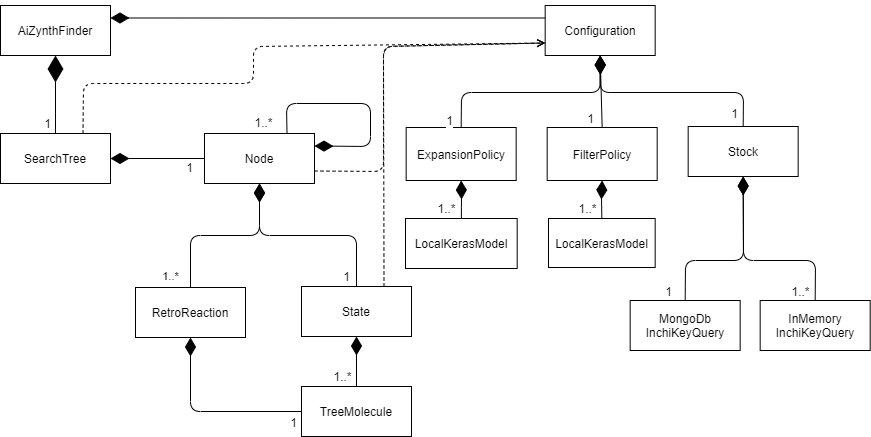
This is docs/treesearch-rel.png from MolecularAI/aizynthfinder, a draw.io export, as it was before one commit. Source tidied: cells renumbered, new cells last; positions are measured from the earlier drawing's top-left corner, leaving out a move shared by most shapes. Its diagram source:
```xml
<mxGraphModel>
  <root>
    <mxCell id="0" />
    <mxCell id="1" parent="0" />
    <mxCell id="2" value="AiZynthFinder" style="rounded=0;whiteSpace=wrap;html=1;" parent="1" vertex="1">
      <mxGeometry width="110" height="50" as="geometry" />
    </mxCell>
    <mxCell id="3" value="SearchTree" style="rounded=0;whiteSpace=wrap;html=1;" parent="1" vertex="1">
      <mxGeometry y="128" width="110" height="50" as="geometry" />
    </mxCell>
    <mxCell id="4" value="Node" style="rounded=0;whiteSpace=wrap;html=1;" parent="1" vertex="1">
      <mxGeometry x="204" y="128" width="110" height="50" as="geometry" />
    </mxCell>
    <mxCell id="5" value="State" style="rounded=0;whiteSpace=wrap;html=1;" parent="1" vertex="1">
      <mxGeometry x="301" y="281" width="110" height="50" as="geometry" />
    </mxCell>
    <mxCell id="6" value="RetroReaction" style="rounded=0;whiteSpace=wrap;html=1;gradientColor=#ffffff;" parent="1" vertex="1">
      <mxGeometry x="135" y="282" width="110" height="50" as="geometry" />
    </mxCell>
    <mxCell id="7" value="TreeMolecule" style="rounded=0;whiteSpace=wrap;html=1;" parent="1" vertex="1">
      <mxGeometry x="301" y="381" width="110" height="50" as="geometry" />
    </mxCell>
    <mxCell id="8" style="endArrow=diamondThin;endFill=1;endSize=24;html=1;entryX=0.5;entryY=1;entryDx=0;entryDy=0;" parent="1" edge="1" source="3" target="2">
      <mxGeometry relative="1" as="geometry" />
    </mxCell>
    <mxCell id="9" value="1" style="text;html=1;align=center;verticalAlign=middle;labelBackgroundColor=#ffffff;" parent="8" vertex="1">
      <mxGeometry x="-0.75" y="4" relative="1" as="geometry">
        <mxPoint x="-4" y="-1" as="offset" />
      </mxGeometry>
    </mxCell>
    <mxCell id="10" style="endArrow=diamondThin;endFill=1;endSize=16;html=1;entryX=1;entryY=0.5;entryDx=0;entryDy=0;" parent="1" edge="1" source="4" target="3">
      <mxGeometry relative="1" as="geometry" />
    </mxCell>
    <mxCell id="11" value="1" style="text;html=1;align=center;verticalAlign=middle;labelBackgroundColor=#ffffff;" parent="10" vertex="1">
      <mxGeometry x="-0.66" y="-2" relative="1" as="geometry">
        <mxPoint x="1" y="10" as="offset" />
      </mxGeometry>
    </mxCell>
    <mxCell id="12" value="1..*" style="endArrow=diamondThin;endFill=1;endSize=16;html=1;entryX=0.5;entryY=1;entryDx=0;entryDy=0;exitX=0.5;exitY=0;exitDx=0;exitDy=0;" parent="1" edge="1" source="6" target="4">
      <mxGeometry x="-0.88" y="20" relative="1" as="geometry">
        <Array as="points">
          <mxPoint x="190" y="230" />
          <mxPoint x="259" y="230" />
        </Array>
      </mxGeometry>
    </mxCell>
    <mxCell id="13" style="endArrow=diamondThin;endFill=1;endSize=16;html=1;entryX=0.5;entryY=1;entryDx=0;entryDy=0;exitX=0.5;exitY=0;exitDx=0;exitDy=0;" parent="1" edge="1" source="5" target="4">
      <mxGeometry relative="1" as="geometry">
        <Array as="points">
          <mxPoint x="356" y="230" />
          <mxPoint x="259" y="230" />
        </Array>
      </mxGeometry>
    </mxCell>
    <mxCell id="14" value="1" style="text;html=1;align=center;verticalAlign=middle;labelBackgroundColor=#ffffff;" parent="13" vertex="1">
      <mxGeometry x="-0.89" relative="1" as="geometry">
        <mxPoint x="-10" as="offset" />
      </mxGeometry>
    </mxCell>
    <mxCell id="15" style="endArrow=diamondThin;endFill=1;endSize=16;html=1;entryX=1;entryY=0.25;entryDx=0;entryDy=0;exitX=0.75;exitY=0;exitDx=0;exitDy=0;" parent="1" edge="1" source="4" target="4">
      <mxGeometry relative="1" as="geometry">
        <Array as="points">
          <mxPoint x="286" y="98" />
          <mxPoint x="370" y="98" />
          <mxPoint x="370" y="141" />
        </Array>
      </mxGeometry>
    </mxCell>
    <mxCell id="16" value="1..*" style="text;html=1;align=center;verticalAlign=middle;labelBackgroundColor=#ffffff;" parent="15" vertex="1">
      <mxGeometry x="-0.47" y="2" relative="1" as="geometry">
        <mxPoint x="-50" y="20" as="offset" />
      </mxGeometry>
    </mxCell>
    <mxCell id="17" style="endArrow=diamondThin;endFill=1;endSize=16;html=1;entryX=0.5;entryY=1;entryDx=0;entryDy=0;exitX=0.5;exitY=0;exitDx=0;exitDy=0;" parent="1" edge="1" source="7" target="5">
      <mxGeometry relative="1" as="geometry" />
    </mxCell>
    <mxCell id="18" value="1..*" style="text;html=1;align=center;verticalAlign=middle;labelBackgroundColor=#ffffff;" parent="17" vertex="1">
      <mxGeometry x="-0.55" relative="1" as="geometry">
        <mxPoint x="-14" as="offset" />
      </mxGeometry>
    </mxCell>
    <mxCell id="19" style="endArrow=diamondThin;endFill=1;endSize=16;html=1;entryX=0.5;entryY=1;entryDx=0;entryDy=0;exitX=0;exitY=0.5;exitDx=0;exitDy=0;" parent="1" edge="1" source="7" target="6">
      <mxGeometry relative="1" as="geometry">
        <Array as="points">
          <mxPoint x="190" y="406" />
        </Array>
      </mxGeometry>
    </mxCell>
    <mxCell id="20" value="1" style="text;html=1;align=center;verticalAlign=middle;labelBackgroundColor=#ffffff;" parent="19" vertex="1">
      <mxGeometry x="-0.81" y="1" relative="1" as="geometry">
        <mxPoint x="10" y="9" as="offset" />
      </mxGeometry>
    </mxCell>
    <mxCell id="21" value="Configuration" style="rounded=0;whiteSpace=wrap;html=1;" parent="1" vertex="1">
      <mxGeometry x="544.7" width="110" height="50" as="geometry" />
    </mxCell>
    <mxCell id="22" style="endArrow=open;html=1;dashed=1;endFill=0;exitX=1;exitY=0.75;exitDx=0;exitDy=0;entryX=0;entryY=0.75;entryDx=0;entryDy=0;" parent="1" edge="1" source="4" target="21">
      <mxGeometry relative="1" as="geometry">
        <Array as="points">
          <mxPoint x="383" y="166" />
          <mxPoint x="383" y="41" />
        </Array>
      </mxGeometry>
    </mxCell>
    <mxCell id="23" style="endArrow=open;html=1;dashed=1;endFill=0;exitX=0.75;exitY=0;exitDx=0;exitDy=0;entryX=0;entryY=0.75;entryDx=0;entryDy=0;" parent="1" edge="1" source="5" target="21">
      <mxGeometry relative="1" as="geometry">
        <Array as="points">
          <mxPoint x="383" y="41" />
        </Array>
      </mxGeometry>
    </mxCell>
    <mxCell id="24" value="Stock" style="rounded=0;whiteSpace=wrap;html=1;" parent="1" vertex="1">
      <mxGeometry x="687.7" y="121" width="110" height="50" as="geometry" />
    </mxCell>
    <mxCell id="25" value="ExpansionPolicy" style="rounded=0;whiteSpace=wrap;html=1;" parent="1" vertex="1">
      <mxGeometry x="405.7" y="122" width="110" height="53" as="geometry" />
    </mxCell>
    <mxCell id="26" style="endArrow=diamondThin;endFill=1;endSize=16;html=1;entryX=0.5;entryY=1;entryDx=0;entryDy=0;exitX=0.5;exitY=0;exitDx=0;exitDy=0;" parent="1" edge="1" source="25" target="21">
      <mxGeometry relative="1" as="geometry">
        <Array as="points">
          <mxPoint x="461" y="87" />
          <mxPoint x="599.7" y="87" />
        </Array>
      </mxGeometry>
    </mxCell>
    <mxCell id="27" value="1" style="text;html=1;align=center;verticalAlign=middle;labelBackgroundColor=#ffffff;" parent="26" vertex="1">
      <mxGeometry x="-0.81" y="1" relative="1" as="geometry">
        <mxPoint x="-11" y="13" as="offset" />
      </mxGeometry>
    </mxCell>
    <mxCell id="28" style="endArrow=diamondThin;endFill=1;endSize=16;html=1;entryX=0.5;entryY=1;entryDx=0;entryDy=0;exitX=0.5;exitY=0;exitDx=0;exitDy=0;" parent="1" edge="1" source="24" target="21">
      <mxGeometry relative="1" as="geometry">
        <Array as="points">
          <mxPoint x="743" y="87" />
          <mxPoint x="599.7" y="87" />
        </Array>
      </mxGeometry>
    </mxCell>
    <mxCell id="29" value="1" style="text;html=1;align=center;verticalAlign=middle;labelBackgroundColor=#ffffff;" parent="28" vertex="1">
      <mxGeometry x="-0.81" y="1" relative="1" as="geometry">
        <mxPoint x="-8" y="7" as="offset" />
      </mxGeometry>
    </mxCell>
    <mxCell id="30" style="endArrow=diamondThin;endFill=1;endSize=16;html=1;entryX=1;entryY=0.25;entryDx=0;entryDy=0;exitX=0;exitY=0.25;exitDx=0;exitDy=0;" parent="1" edge="1" source="21" target="2">
      <mxGeometry relative="1" as="geometry" />
    </mxCell>
    <mxCell id="31" style="endArrow=open;html=1;dashed=1;endFill=0;exitX=0.75;exitY=0;exitDx=0;exitDy=0;entryX=0;entryY=0.75;entryDx=0;entryDy=0;" parent="1" edge="1" source="3" target="21">
      <mxGeometry relative="1" as="geometry">
        <Array as="points">
          <mxPoint x="83" y="78" />
          <mxPoint x="253" y="78" />
          <mxPoint x="253" y="41" />
        </Array>
      </mxGeometry>
    </mxCell>
    <mxCell id="32" value="InMemory&lt;br&gt;InchiKeyQuery" style="rounded=0;whiteSpace=wrap;html=1;" parent="1" vertex="1">
      <mxGeometry x="759.7" y="295" width="110" height="50" as="geometry" />
    </mxCell>
    <mxCell id="33" style="endArrow=diamondThin;endFill=1;endSize=16;html=1;entryX=0.5;entryY=1;entryDx=0;entryDy=0;exitX=0.5;exitY=0;exitDx=0;exitDy=0;fontStyle=1;" parent="1" edge="1" source="35" target="24">
      <mxGeometry relative="1" as="geometry">
        <Array as="points">
          <mxPoint x="685" y="255" />
          <mxPoint x="743" y="255" />
        </Array>
      </mxGeometry>
    </mxCell>
    <mxCell id="34" value="1" style="text;html=1;align=center;verticalAlign=middle;labelBackgroundColor=#ffffff;" parent="33" vertex="1">
      <mxGeometry x="-0.81" y="1" relative="1" as="geometry">
        <mxPoint x="-16.1" y="7" as="offset" />
      </mxGeometry>
    </mxCell>
    <mxCell id="35" value="MongoDb&lt;br&gt;InchiKeyQuery" style="rounded=0;whiteSpace=wrap;html=1;" parent="1" vertex="1">
      <mxGeometry x="629.7" y="295" width="110" height="50" as="geometry" />
    </mxCell>
    <mxCell id="36" style="endArrow=diamondThin;endFill=1;endSize=16;html=1;entryX=0.5;entryY=1;entryDx=0;entryDy=0;exitX=0.5;exitY=0;exitDx=0;exitDy=0;fontStyle=1;" parent="1" edge="1" source="32" target="24">
      <mxGeometry relative="1" as="geometry">
        <Array as="points">
          <mxPoint x="815" y="255" />
          <mxPoint x="743" y="255" />
        </Array>
      </mxGeometry>
    </mxCell>
    <mxCell id="37" value="1..*" style="text;html=1;align=center;verticalAlign=middle;labelBackgroundColor=#ffffff;" parent="36" vertex="1">
      <mxGeometry x="-0.81" y="1" relative="1" as="geometry">
        <mxPoint x="-13.8" y="9" as="offset" />
      </mxGeometry>
    </mxCell>
    <mxCell id="38" value="LocalKerasModel" style="rounded=0;whiteSpace=wrap;html=1;" parent="1" vertex="1">
      <mxGeometry x="405" y="213" width="111.7" height="50" as="geometry" />
    </mxCell>
    <mxCell id="39" style="endArrow=diamondThin;endFill=1;endSize=16;html=1;entryX=0.5;entryY=1;entryDx=0;entryDy=0;exitX=0.5;exitY=0;exitDx=0;exitDy=0;fontStyle=1;" parent="1" edge="1" source="38" target="25">
      <mxGeometry relative="1" as="geometry">
        <Array as="points">
          <mxPoint x="461" y="192" />
        </Array>
      </mxGeometry>
    </mxCell>
    <mxCell id="40" value="1..*" style="text;html=1;align=center;verticalAlign=middle;labelBackgroundColor=#ffffff;" parent="39" vertex="1">
      <mxGeometry x="-0.81" y="1" relative="1" as="geometry">
        <mxPoint x="-13.9" y="-7" as="offset" />
      </mxGeometry>
    </mxCell>
    <mxCell id="41" value="FilterPolicy" style="rounded=0;whiteSpace=wrap;html=1;" parent="1" vertex="1">
      <mxGeometry x="546.7" y="122" width="110" height="53" as="geometry" />
    </mxCell>
    <mxCell id="42" value="LocalKerasModel" style="rounded=0;whiteSpace=wrap;html=1;" parent="1" vertex="1">
      <mxGeometry x="548" y="213" width="106.7" height="49" as="geometry" />
    </mxCell>
    <mxCell id="43" style="endArrow=diamondThin;endFill=1;endSize=16;html=1;entryX=0.5;entryY=1;entryDx=0;entryDy=0;exitX=0.5;exitY=0;exitDx=0;exitDy=0;fontStyle=1;" parent="1" edge="1" source="42" target="41">
      <mxGeometry relative="1" as="geometry">
        <Array as="points">
          <mxPoint x="601" y="192" />
        </Array>
      </mxGeometry>
    </mxCell>
    <mxCell id="44" value="1..*" style="text;html=1;align=center;verticalAlign=middle;labelBackgroundColor=#ffffff;" parent="43" vertex="1">
      <mxGeometry x="-0.81" y="1" relative="1" as="geometry">
        <mxPoint x="-13.9" y="-7" as="offset" />
      </mxGeometry>
    </mxCell>
    <mxCell id="45" style="endArrow=diamondThin;endFill=1;endSize=16;html=1;entryX=0.5;entryY=1;entryDx=0;entryDy=0;exitX=0.5;exitY=0;exitDx=0;exitDy=0;" parent="1" edge="1" source="41" target="21">
      <mxGeometry relative="1" as="geometry" />
    </mxCell>
    <mxCell id="46" value="1" style="text;html=1;align=center;verticalAlign=middle;labelBackgroundColor=#ffffff;" parent="45" vertex="1">
      <mxGeometry x="-0.81" y="1" relative="1" as="geometry">
        <mxPoint x="-11" y="-3" as="offset" />
      </mxGeometry>
    </mxCell>
  </root>
</mxGraphModel>
```
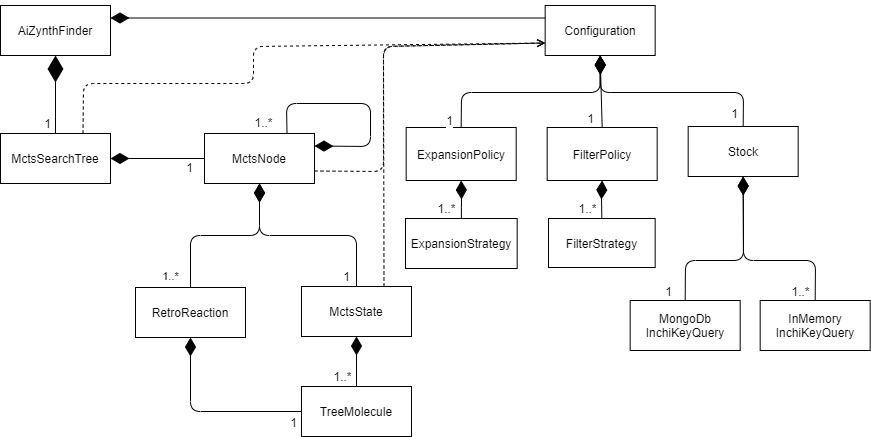
After the change.

Diff of the diagram source:
```diff
@@ -5,13 +5,13 @@
     <mxCell id="2" value="AiZynthFinder" style="rounded=0;whiteSpace=wrap;html=1;" parent="1" vertex="1">
       <mxGeometry width="110" height="50" as="geometry" />
     </mxCell>
-    <mxCell id="3" value="SearchTree" style="rounded=0;whiteSpace=wrap;html=1;" parent="1" vertex="1">
+    <mxCell id="3" value="MctsSearchTree" style="rounded=0;whiteSpace=wrap;html=1;" parent="1" vertex="1">
       <mxGeometry y="128" width="110" height="50" as="geometry" />
     </mxCell>
-    <mxCell id="4" value="Node" style="rounded=0;whiteSpace=wrap;html=1;" parent="1" vertex="1">
+    <mxCell id="4" value="MctsNode" style="rounded=0;whiteSpace=wrap;html=1;" parent="1" vertex="1">
       <mxGeometry x="204" y="128" width="110" height="50" as="geometry" />
     </mxCell>
-    <mxCell id="5" value="State" style="rounded=0;whiteSpace=wrap;html=1;" parent="1" vertex="1">
+    <mxCell id="5" value="MctsState" style="rounded=0;whiteSpace=wrap;html=1;" parent="1" vertex="1">
       <mxGeometry x="301" y="281" width="110" height="50" as="geometry" />
     </mxCell>
     <mxCell id="6" value="RetroReaction" style="rounded=0;whiteSpace=wrap;html=1;gradientColor=#ffffff;" parent="1" vertex="1">
@@ -185,7 +185,7 @@
         <mxPoint x="-13.8" y="9" as="offset" />
       </mxGeometry>
     </mxCell>
-    <mxCell id="38" value="LocalKerasModel" style="rounded=0;whiteSpace=wrap;html=1;" parent="1" vertex="1">
+    <mxCell id="38" value="ExpansionStrategy" style="rounded=0;whiteSpace=wrap;html=1;" parent="1" vertex="1">
       <mxGeometry x="405" y="213" width="111.7" height="50" as="geometry" />
     </mxCell>
     <mxCell id="39" style="endArrow=diamondThin;endFill=1;endSize=16;html=1;entryX=0.5;entryY=1;entryDx=0;entryDy=0;exitX=0.5;exitY=0;exitDx=0;exitDy=0;fontStyle=1;" parent="1" edge="1" source="38" target="25">
@@ -203,7 +203,7 @@
     <mxCell id="41" value="FilterPolicy" style="rounded=0;whiteSpace=wrap;html=1;" parent="1" vertex="1">
       <mxGeometry x="546.7" y="122" width="110" height="53" as="geometry" />
     </mxCell>
-    <mxCell id="42" value="LocalKerasModel" style="rounded=0;whiteSpace=wrap;html=1;" parent="1" vertex="1">
+    <mxCell id="42" value="FilterStrategy" style="rounded=0;whiteSpace=wrap;html=1;" parent="1" vertex="1">
       <mxGeometry x="548" y="213" width="106.7" height="49" as="geometry" />
     </mxCell>
     <mxCell id="43" style="endArrow=diamondThin;endFill=1;endSize=16;html=1;entryX=0.5;entryY=1;entryDx=0;entryDy=0;exitX=0.5;exitY=0;exitDx=0;exitDy=0;fontStyle=1;" parent="1" edge="1" source="42" target="41">
```
